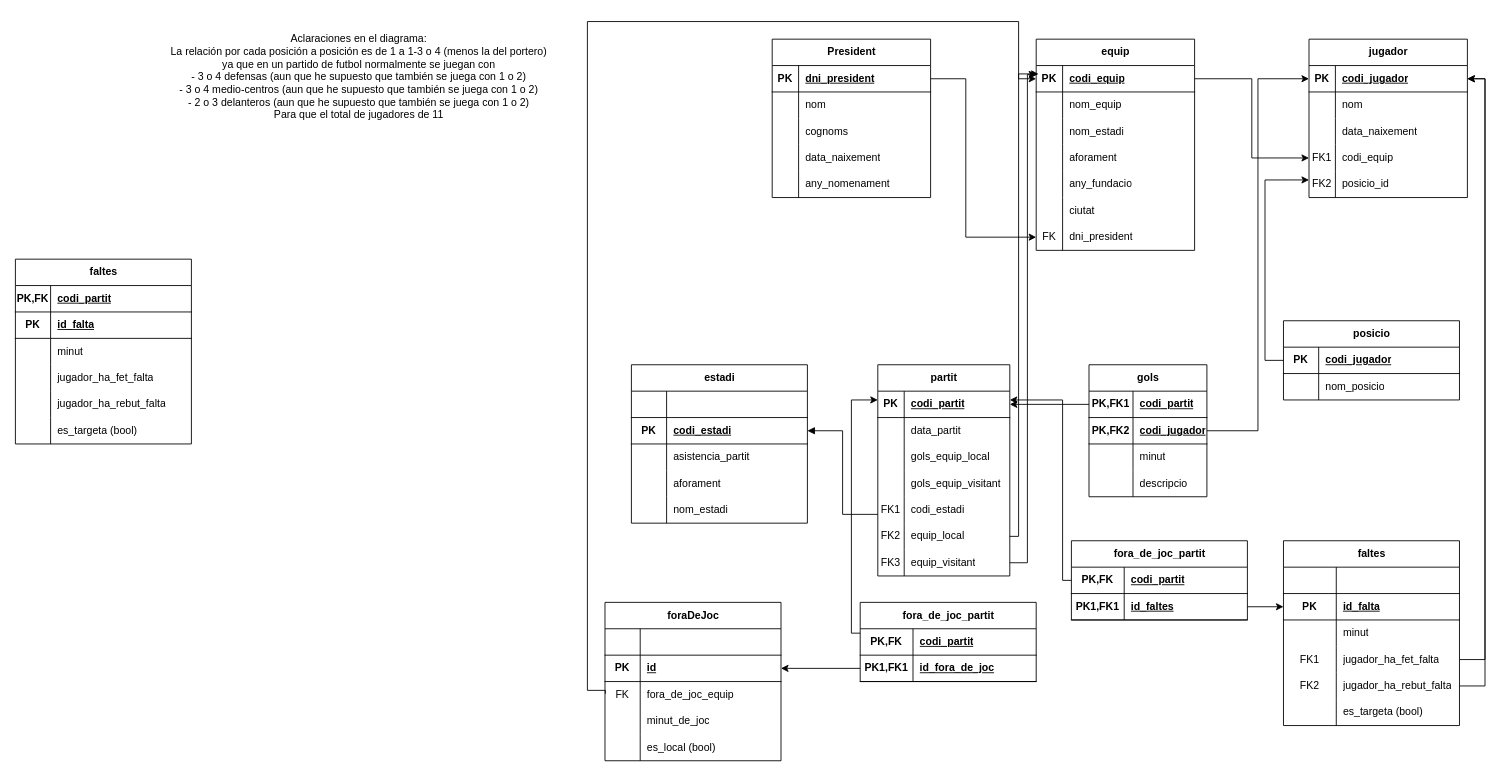
Earlier version of the draw.io diagram M02_RA6.drawio (victor06-git/base_de_dades). Source tidied: cells renumbered, new cells numbered last; positions are measured from the earlier drawing's top-left corner, leaving out a move shared by most shapes. Both pictures are drawn from the tidied source at 88%, with x=0, y=0 at pixel (15, 21).
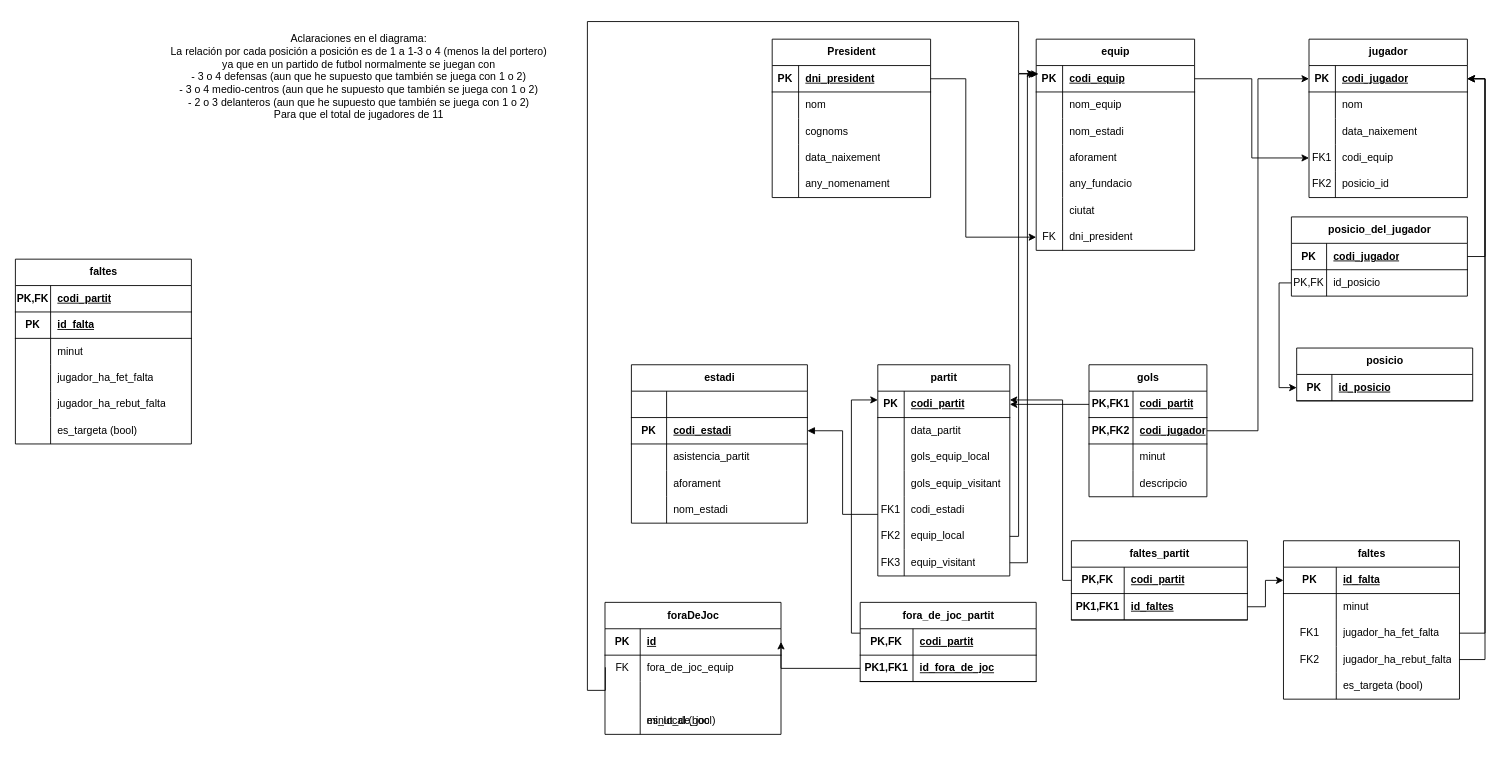
Above is the later version.

Unchanged cells that the change refers to:
```xml
<mxCell id="19" style="shape=tableRow;horizontal=0;startSize=0;swimlaneHead=0;swimlaneBody=0;fillColor=none;points=[[0,0.5],[1,0.5]];portConstraint=eastwest;top=0;left=0;right=0;bottom=1;" parent="18" vertex="1">
  <mxGeometry y="30" width="180" height="30" as="geometry" />
</mxCell>
<mxCell id="41" style="shape=tableRow;horizontal=0;startSize=0;swimlaneHead=0;swimlaneBody=0;fillColor=none;points=[[0,0.5],[1,0.5]];portConstraint=eastwest;top=0;left=0;right=0;bottom=1;" parent="40" vertex="1">
  <mxGeometry y="30" width="180" height="30" as="geometry" />
</mxCell>
<mxCell id="53" style="shape=tableRow;horizontal=0;startSize=0;swimlaneHead=0;swimlaneBody=0;fillColor=none;points=[[0,0.5],[1,0.5]];portConstraint=eastwest;top=0;left=0;right=0;bottom=0;" parent="40" vertex="1">
  <mxGeometry y="150" width="180" height="30" as="geometry" />
</mxCell>
<mxCell id="57" style="shape=tableRow;horizontal=0;startSize=0;swimlaneHead=0;swimlaneBody=0;fillColor=none;points=[[0,0.5],[1,0.5]];portConstraint=eastwest;top=0;left=0;right=0;bottom=1;" parent="56" vertex="1">
  <mxGeometry y="30" width="200" height="30" as="geometry" />
</mxCell>
```

What changed in the source:
```diff
@@
     <mxCell id="56" value="posicio" style="shape=table;startSize=30;childLayout=tableLayout;rowLines=0;fontStyle=1;align=center;html=1;" parent="1" vertex="1">
-      <mxGeometry x="1441" y="340" width="200" height="90" as="geometry" />
+      <mxGeometry x="1456" y="371" width="200" height="60" as="geometry" />
     </mxCell>
@@
-    <mxCell id="59" value="codi_jugador" style="shape=partialRectangle;fillColor=none;top=0;left=0;bottom=0;right=0;align=left;spacingLeft=6;fontStyle=5;overflow=hidden;whiteSpace=wrap;html=1;" parent="57" vertex="1">
+    <mxCell id="59" value="id_posicio" style="shape=partialRectangle;fillColor=none;top=0;left=0;bottom=0;right=0;align=left;spacingLeft=6;fontStyle=5;overflow=hidden;whiteSpace=wrap;html=1;" parent="57" vertex="1">
       <mxGeometry x="40" width="160" height="30" as="geometry" />
     </mxCell>
-    <mxCell id="60" style="shape=tableRow;horizontal=0;startSize=0;swimlaneHead=0;swimlaneBody=0;fillColor=none;points=[[0,0.5],[1,0.5]];portConstraint=eastwest;top=0;left=0;right=0;bottom=0;" parent="56" vertex="1">
-      <mxGeometry y="60" width="200" height="30" as="geometry" />
-    </mxCell>
-    <mxCell id="61" style="shape=partialRectangle;fillColor=none;top=0;left=0;bottom=0;right=0;overflow=hidden;whiteSpace=wrap;html=1;" parent="60" vertex="1">
-      <mxGeometry width="40" height="30" as="geometry" />
-    </mxCell>
-    <mxCell id="62" value="nom_posicio" style="shape=partialRectangle;fillColor=none;top=0;left=0;bottom=0;right=0;align=left;spacingLeft=6;overflow=hidden;whiteSpace=wrap;html=1;" parent="60" vertex="1">
-      <mxGeometry x="40" width="160" height="30" as="geometry" />
-    </mxCell>
@@
-    <mxCell id="114" style="edgeStyle=orthogonalEdgeStyle;rounded=0;jettySize=auto;html=1;entryX=0;entryY=0.5;entryDx=0;entryDy=0;exitX=0.002;exitY=0.459;exitDx=0;exitDy=0;exitPerimeter=0;" parent="1" edge="1" source="122" target="19">
+    <mxCell id="114" style="edgeStyle=orthogonalEdgeStyle;rounded=0;jettySize=auto;html=1;exitX=0.002;exitY=0.459;exitDx=0;exitDy=0;exitPerimeter=0;" parent="1" edge="1" source="122">
       <mxGeometry relative="1" as="geometry">
+        <mxPoint x="1158" y="59" as="targetPoint" />
         <Array as="points">
           <mxPoint x="670" y="760" />
           <mxPoint x="650" y="760" />
           <mxPoint x="650" />
           <mxPoint x="1140" />
-          <mxPoint x="1140" y="65" />
+          <mxPoint x="1140" y="59" />
         </Array>
       </mxGeometry>
     </mxCell>
     <mxCell id="115" value="foraDeJoc" style="shape=table;startSize=30;childLayout=tableLayout;rowLines=0;fontStyle=1;align=center;html=1;" parent="1" vertex="1">
-      <mxGeometry x="670" y="660" width="200" height="180" as="geometry" />
+      <mxGeometry x="670" y="660" width="200" height="150" as="geometry" />
     </mxCell>
-    <mxCell id="116" style="shape=tableRow;horizontal=0;startSize=0;swimlaneHead=0;swimlaneBody=0;fillColor=none;top=0;left=0;right=0;bottom=1;" parent="115" vertex="1">
-      <mxGeometry y="30" width="200" height="30" as="geometry" />
-    </mxCell>
-    <mxCell id="117" style="shape=partialRectangle;fillColor=none;top=0;left=0;bottom=0;right=0;fontStyle=1;overflow=hidden;whiteSpace=wrap;html=1;" parent="116" vertex="1">
-      <mxGeometry width="40" height="30" as="geometry" />
-    </mxCell>
-    <mxCell id="118" style="shape=partialRectangle;fillColor=none;top=0;left=0;bottom=0;right=0;align=left;spacingLeft=6;fontStyle=5;overflow=hidden;whiteSpace=wrap;html=1;" parent="116" vertex="1">
-      <mxGeometry x="40" width="160" height="30" as="geometry" />
-    </mxCell>
     <mxCell id="119" style="shape=tableRow;horizontal=0;startSize=0;swimlaneHead=0;swimlaneBody=0;fillColor=none;points=[[0,0.5],[1,0.5]];portConstraint=eastwest;top=0;left=0;right=0;bottom=1;" parent="115" vertex="1">
-      <mxGeometry y="60" width="200" height="30" as="geometry" />
+      <mxGeometry y="30" width="200" height="30" as="geometry" />
     </mxCell>
@@
     <mxCell id="122" style="shape=tableRow;horizontal=0;startSize=0;swimlaneHead=0;swimlaneBody=0;fillColor=none;points=[[0,0.5],[1,0.5]];portConstraint=eastwest;top=0;left=0;right=0;bottom=0;" parent="115" vertex="1">
-      <mxGeometry y="90" width="200" height="30" as="geometry" />
+      <mxGeometry y="60" width="200" height="30" as="geometry" />
     </mxCell>
@@
     <mxCell id="125" style="shape=tableRow;horizontal=0;startSize=0;swimlaneHead=0;swimlaneBody=0;fillColor=none;top=0;left=0;right=0;bottom=0;" parent="115" vertex="1">
-      <mxGeometry y="120" width="200" height="30" as="geometry" />
+      <mxGeometry y="90" width="200" height="30" as="geometry" />
     </mxCell>
@@
     <mxCell id="128" style="shape=tableRow;horizontal=0;startSize=0;swimlaneHead=0;swimlaneBody=0;fillColor=none;top=0;left=0;right=0;bottom=0;" parent="115" vertex="1">
-      <mxGeometry y="150" width="200" height="30" as="geometry" />
+      <mxGeometry y="120" width="200" height="30" as="geometry" />
     </mxCell>
@@
-    <mxCell id="164" style="edgeStyle=orthogonalEdgeStyle;rounded=0;jettySize=auto;html=1;entryX=0;entryY=0.333;entryDx=0;entryDy=0;entryPerimeter=0;" parent="1" edge="1" source="57" target="53">
-      <mxGeometry relative="1" as="geometry">
-        <Array as="points">
-          <mxPoint x="1420" y="385" />
-          <mxPoint x="1420" y="180" />
-        </Array>
-      </mxGeometry>
-    </mxCell>
@@
     <mxCell id="171" value="faltes" style="shape=table;startSize=30;childLayout=tableLayout;rowLines=0;fontStyle=1;align=center;html=1;" parent="1" vertex="1">
-      <mxGeometry x="1441" y="590" width="200" height="210" as="geometry" />
+      <mxGeometry x="1441" y="590" width="200" height="180" as="geometry" />
     </mxCell>
-    <mxCell id="172" style="shape=tableRow;horizontal=0;startSize=0;swimlaneHead=0;swimlaneBody=0;fillColor=none;top=0;left=0;right=0;bottom=1;" parent="171" vertex="1">
-      <mxGeometry y="30" width="200" height="30" as="geometry" />
-    </mxCell>
-    <mxCell id="173" style="shape=partialRectangle;fillColor=none;top=0;left=0;bottom=0;right=0;fontStyle=1;overflow=hidden;whiteSpace=wrap;html=1;" parent="172" vertex="1">
-      <mxGeometry width="60" height="30" as="geometry" />
-    </mxCell>
-    <mxCell id="174" style="shape=partialRectangle;fillColor=none;top=0;left=0;bottom=0;right=0;align=left;spacingLeft=6;fontStyle=5;overflow=hidden;whiteSpace=wrap;html=1;" parent="172" vertex="1">
-      <mxGeometry x="60" width="140" height="30" as="geometry" />
-    </mxCell>
     <mxCell id="175" style="shape=tableRow;horizontal=0;startSize=0;swimlaneHead=0;swimlaneBody=0;fillColor=none;points=[[0,0.5],[1,0.5]];portConstraint=eastwest;top=0;left=0;right=0;bottom=1;" parent="171" vertex="1">
-      <mxGeometry y="60" width="200" height="30" as="geometry" />
+      <mxGeometry y="30" width="200" height="30" as="geometry" />
     </mxCell>
@@
     <mxCell id="178" style="shape=tableRow;horizontal=0;startSize=0;swimlaneHead=0;swimlaneBody=0;fillColor=none;top=0;left=0;right=0;bottom=0;" parent="171" vertex="1">
-      <mxGeometry y="90" width="200" height="30" as="geometry" />
+      <mxGeometry y="60" width="200" height="30" as="geometry" />
     </mxCell>
@@
     <mxCell id="181" style="shape=tableRow;horizontal=0;startSize=0;swimlaneHead=0;swimlaneBody=0;fillColor=none;points=[[0,0.5],[1,0.5]];portConstraint=eastwest;top=0;left=0;right=0;bottom=0;" parent="171" vertex="1">
-      <mxGeometry y="120" width="200" height="30" as="geometry" />
+      <mxGeometry y="90" width="200" height="30" as="geometry" />
     </mxCell>
@@
     <mxCell id="184" style="shape=tableRow;horizontal=0;startSize=0;swimlaneHead=0;swimlaneBody=0;fillColor=none;points=[[0,0.5],[1,0.5]];portConstraint=eastwest;top=0;left=0;right=0;bottom=0;" parent="171" vertex="1">
-      <mxGeometry y="150" width="200" height="30" as="geometry" />
+      <mxGeometry y="120" width="200" height="30" as="geometry" />
     </mxCell>
@@
     <mxCell id="187" style="shape=tableRow;horizontal=0;startSize=0;swimlaneHead=0;swimlaneBody=0;fillColor=none;top=0;left=0;right=0;bottom=0;" parent="171" vertex="1">
-      <mxGeometry y="180" width="200" height="30" as="geometry" />
+      <mxGeometry y="150" width="200" height="30" as="geometry" />
     </mxCell>
@@
-    <mxCell id="192" value="fora_de_joc_partit" style="shape=table;startSize=30;childLayout=tableLayout;rowLines=0;fontStyle=1;align=center;html=1;" parent="1" vertex="1">
+    <mxCell id="192" value="faltes_partit" style="shape=table;startSize=30;childLayout=tableLayout;rowLines=0;fontStyle=1;align=center;html=1;" parent="1" vertex="1">
       <mxGeometry x="1200" y="590" width="200" height="90" as="geometry" />
     </mxCell>
@@
+    <mxCell id="201" value="posicio_del_jugador" style="shape=table;startSize=30;childLayout=tableLayout;rowLines=0;fontStyle=1;align=center;html=1;" parent="1" vertex="1">
+      <mxGeometry x="1450" y="222" width="200" height="90" as="geometry" />
+    </mxCell>
+    <mxCell id="202" style="shape=tableRow;horizontal=0;startSize=0;swimlaneHead=0;swimlaneBody=0;fillColor=none;points=[[0,0.5],[1,0.5]];portConstraint=eastwest;top=0;left=0;right=0;bottom=1;" parent="201" vertex="1">
+      <mxGeometry y="30" width="200" height="30" as="geometry" />
+    </mxCell>
+    <mxCell id="203" value="PK" style="shape=partialRectangle;fillColor=none;top=0;left=0;bottom=0;right=0;fontStyle=1;overflow=hidden;whiteSpace=wrap;html=1;" parent="202" vertex="1">
+      <mxGeometry width="40" height="30" as="geometry" />
+    </mxCell>
+    <mxCell id="204" value="codi_jugador" style="shape=partialRectangle;fillColor=none;top=0;left=0;bottom=0;right=0;align=left;spacingLeft=6;fontStyle=5;overflow=hidden;whiteSpace=wrap;html=1;" parent="202" vertex="1">
+      <mxGeometry x="40" width="160" height="30" as="geometry" />
+    </mxCell>
+    <mxCell id="60" style="shape=tableRow;horizontal=0;startSize=0;swimlaneHead=0;swimlaneBody=0;fillColor=none;points=[[0,0.5],[1,0.5]];portConstraint=eastwest;top=0;left=0;right=0;bottom=0;" parent="201" vertex="1">
+      <mxGeometry y="60" width="200" height="30" as="geometry" />
+    </mxCell>
+    <mxCell id="205" value="PK,FK" style="shape=partialRectangle;fillColor=none;top=0;left=0;bottom=0;right=0;overflow=hidden;whiteSpace=wrap;html=1;" parent="60" vertex="1">
+      <mxGeometry width="40" height="30" as="geometry" />
+    </mxCell>
+    <mxCell id="206" value="id_posicio" style="shape=partialRectangle;fillColor=none;top=0;left=0;bottom=0;right=0;align=left;spacingLeft=6;overflow=hidden;whiteSpace=wrap;html=1;" parent="60" vertex="1">
+      <mxGeometry x="40" width="160" height="30" as="geometry" />
+    </mxCell>
+    <mxCell id="207" style="edgeStyle=orthogonalEdgeStyle;rounded=0;jettySize=auto;html=1;entryX=0;entryY=0.5;entryDx=0;entryDy=0;" parent="1" edge="1" source="60" target="57">
+      <mxGeometry relative="1" as="geometry">
+        <Array as="points">
+          <mxPoint x="1436" y="297" />
+          <mxPoint x="1436" y="416" />
+        </Array>
+      </mxGeometry>
+    </mxCell>
+    <mxCell id="208" style="edgeStyle=orthogonalEdgeStyle;rounded=0;jettySize=auto;html=1;entryX=1;entryY=0.5;entryDx=0;entryDy=0;" parent="1" edge="1" source="202" target="41">
+      <mxGeometry relative="1" as="geometry" />
+    </mxCell>
```
